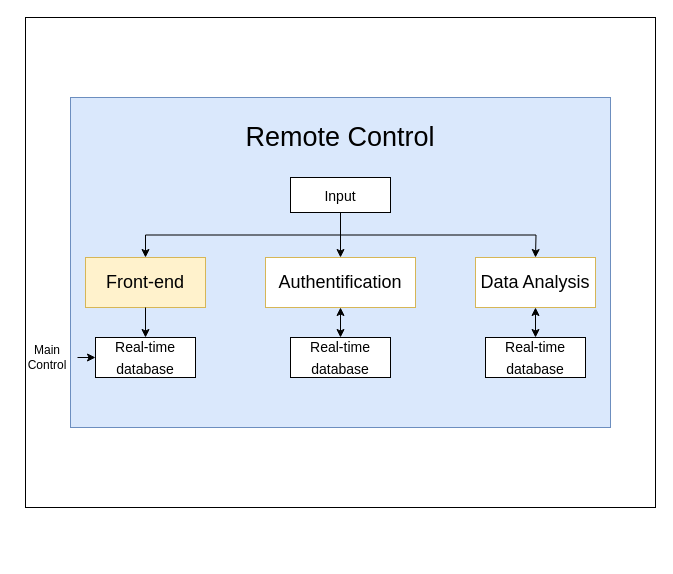
This is DRAWIO Files/Happy/RC.drawio from TuringBoard/ADS, a draw.io file, before an edit. Source tidied: cells renumbered, new cells numbered last; positions are measured from the earlier drawing's top-left corner, leaving out a move shared by most shapes. Both pictures are drawn from the tidied source at 100%, with x=0, y=0 at pixel (17, 17).
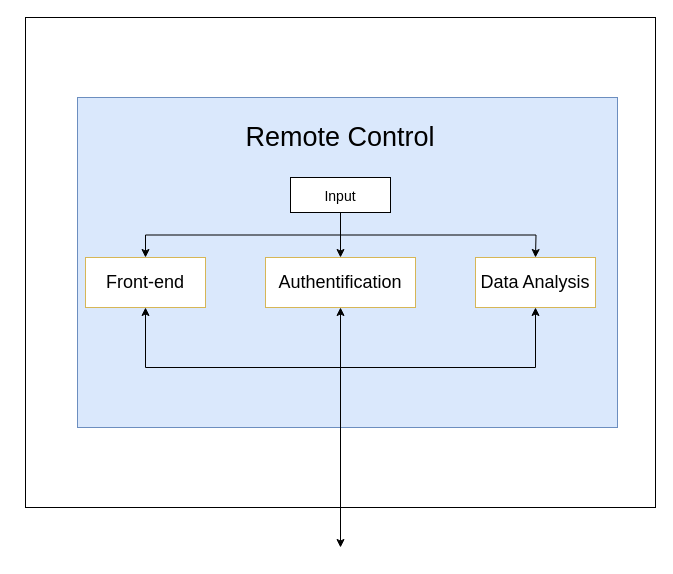
Above is the later version.

The change refers to these unchanged cells:
```xml
<mxCell id="10" value="Authentification" style="rounded=0;whiteSpace=wrap;html=1;fontSize=18;fillColor=#FFFFFF;strokeColor=#d6b656;" parent="1" vertex="1">
  <mxGeometry x="248" y="240" width="150" height="50" as="geometry" />
</mxCell>
<mxCell id="13" value="Data Analysis" style="rounded=0;whiteSpace=wrap;html=1;fontSize=18;fillColor=#FFFFFF;strokeColor=#d6b656;" parent="1" vertex="1">
  <mxGeometry x="458" y="240" width="120" height="50" as="geometry" />
</mxCell>
```

Diff of the diagram source:
```diff
@@
     <mxCell id="3" style="rounded=0;whiteSpace=wrap;html=1;fillColor=#dae8fc;strokeColor=#6c8ebf;" parent="1" vertex="1">
-      <mxGeometry x="53" y="80" width="540" height="330" as="geometry" />
+      <mxGeometry x="60" y="80" width="540" height="330" as="geometry" />
     </mxCell>
@@
-    <mxCell id="5" value="Front-end" style="rounded=0;whiteSpace=wrap;html=1;fontSize=18;fillColor=#fff2cc;strokeColor=#d6b656;" parent="1" vertex="1">
+    <mxCell id="5" value="Front-end" style="rounded=0;whiteSpace=wrap;html=1;fontSize=18;fillColor=default;strokeColor=#d6b656;" parent="1" vertex="1">
       <mxGeometry x="68" y="240" width="120" height="50" as="geometry" />
     </mxCell>
-    <mxCell id="6" value="&lt;span style=&quot;font-size: 14px&quot;&gt;Real-time database&lt;/span&gt;" style="rounded=0;whiteSpace=wrap;html=1;fontSize=18;" parent="1" vertex="1">
-      <mxGeometry x="78" y="320" width="100" height="40" as="geometry" />
-    </mxCell>
@@
-    <mxCell id="9" style="endArrow=classic;html=1;rounded=0;fontSize=14;entryX=0.5;entryY=0;entryDx=0;entryDy=0;" parent="1" edge="1" source="5" target="6">
-      <mxGeometry relative="1" as="geometry" />
-    </mxCell>
@@
-    <mxCell id="11" value="Main Control" style="text;html=1;strokeColor=none;fillColor=none;align=center;verticalAlign=middle;whiteSpace=wrap;rounded=0;" parent="1" vertex="1">
-      <mxGeometry y="325" width="60" height="30" as="geometry" />
-    </mxCell>
-    <mxCell id="12" style="endArrow=classic;html=1;rounded=0;endSize=6;jumpSize=10;exitX=1;exitY=0.5;exitDx=0;exitDy=0;entryX=0;entryY=0.5;entryDx=0;entryDy=0;" parent="1" edge="1" source="11" target="6">
-      <mxGeometry relative="1" as="geometry" />
-    </mxCell>
@@
-    <mxCell id="16" value="&lt;span style=&quot;font-size: 14px&quot;&gt;Real-time database&lt;/span&gt;" style="rounded=0;whiteSpace=wrap;html=1;fontSize=18;" parent="1" vertex="1">
-      <mxGeometry x="273" y="320" width="100" height="40" as="geometry" />
-    </mxCell>
-    <mxCell id="17" style="endArrow=classic;startArrow=classic;html=1;rounded=0;endSize=6;jumpSize=10;exitX=0.5;exitY=0;exitDx=0;exitDy=0;entryX=0.5;entryY=1;entryDx=0;entryDy=0;" parent="1" edge="1" source="16" target="10">
-      <mxGeometry relative="1" as="geometry" />
+    <mxCell id="17" style="endArrow=classic;startArrow=classic;html=1;rounded=0;endSize=6;jumpSize=10;entryX=0.5;entryY=1;entryDx=0;entryDy=0;" parent="1" edge="1" target="10">
+      <mxGeometry relative="1" as="geometry">
+        <mxPoint x="323" y="530" as="sourcePoint" />
+      </mxGeometry>
     </mxCell>
-    <mxCell id="18" value="&lt;span style=&quot;font-size: 14px&quot;&gt;Real-time database&lt;/span&gt;" style="rounded=0;whiteSpace=wrap;html=1;fontSize=18;" parent="1" vertex="1">
-      <mxGeometry x="468" y="320" width="100" height="40" as="geometry" />
-    </mxCell>
-    <mxCell id="19" style="endArrow=classic;startArrow=classic;html=1;rounded=0;endSize=6;jumpSize=10;exitX=0.5;exitY=0;exitDx=0;exitDy=0;entryX=0.5;entryY=1;entryDx=0;entryDy=0;" parent="1" edge="1" source="18" target="13">
-      <mxGeometry relative="1" as="geometry" />
-    </mxCell>
+    <mxCell id="20" style="endArrow=classic;startArrow=classic;html=1;rounded=0;entryX=0.5;entryY=1;entryDx=0;entryDy=0;exitX=0.5;exitY=1;exitDx=0;exitDy=0;" parent="1" edge="1" source="5" target="13">
+      <mxGeometry relative="1" as="geometry">
+        <Array as="points">
+          <mxPoint x="128" y="350" />
+          <mxPoint x="518" y="350" />
+        </Array>
+      </mxGeometry>
+    </mxCell>
```
